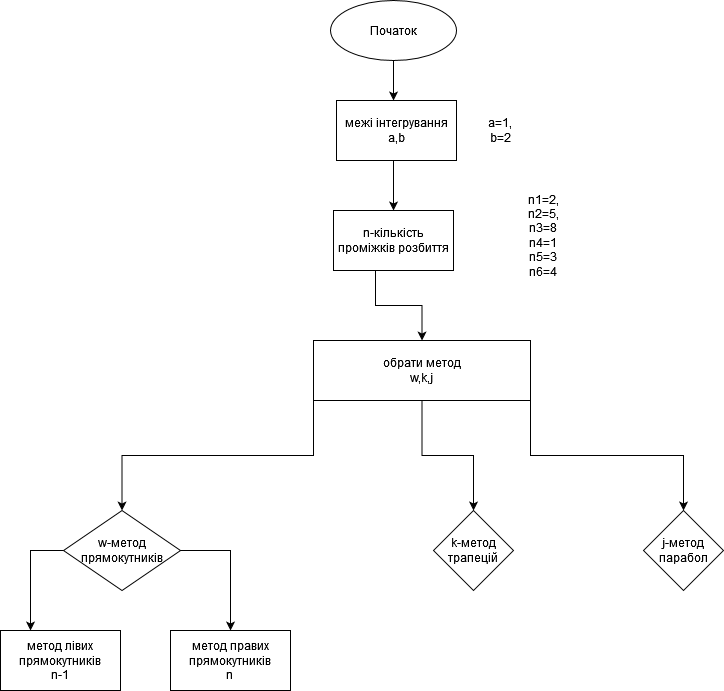
Above: Untitled Diagram.drawio.png in VolodymyrLutskevych-PE-12/Lab_2_Volodymyr-Lutskevych_PE-12_-1- (draw.io), before the change. Source tidied: cells renumbered, new cells last; positions are measured from the earlier drawing's top-left corner, leaving out a move shared by most shapes.
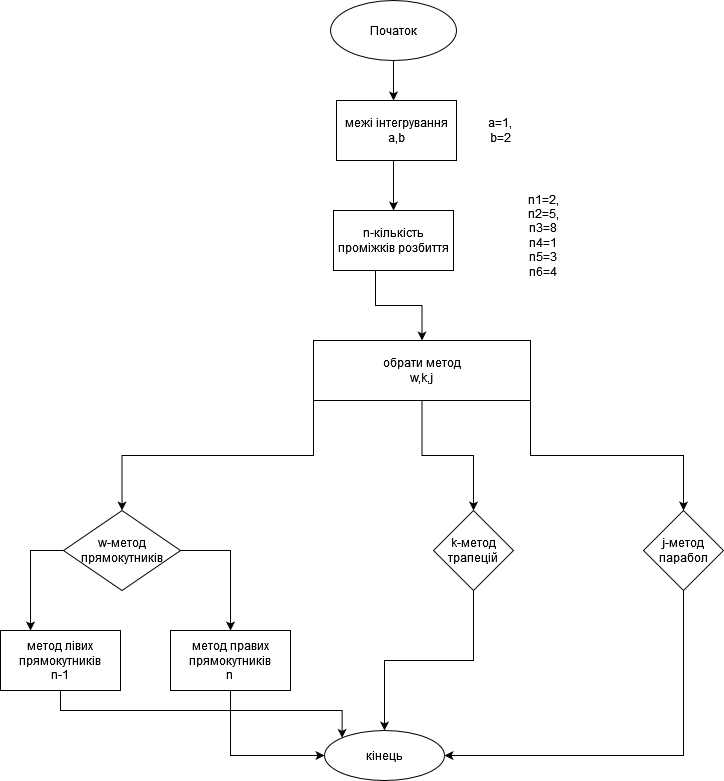
The same file after the commit.

What changed in the source:
```diff
@@ -30,15 +30,27 @@
     <mxCell id="8" value="w-метод прямокутників" style="rhombus;whiteSpace=wrap;html=1;" parent="1" vertex="1">
       <mxGeometry x="63" y="510" width="117" height="80" as="geometry" />
     </mxCell>
+    <mxCell id="21" style="edgeStyle=orthogonalEdgeStyle;rounded=0;jettySize=auto;html=1;exitX=0.5;exitY=1;exitDx=0;exitDy=0;" parent="1" edge="1" source="9" target="25">
+      <mxGeometry relative="1" as="geometry" />
+    </mxCell>
     <mxCell id="9" value="k-метод трапецій" style="rhombus;whiteSpace=wrap;html=1;" parent="1" vertex="1">
       <mxGeometry x="433" y="510" width="80" height="80" as="geometry" />
     </mxCell>
+    <mxCell id="22" style="edgeStyle=orthogonalEdgeStyle;rounded=0;jettySize=auto;html=1;exitX=0.5;exitY=1;exitDx=0;exitDy=0;entryX=1;entryY=0.5;entryDx=0;entryDy=0;" parent="1" edge="1" source="10" target="25">
+      <mxGeometry relative="1" as="geometry" />
+    </mxCell>
     <mxCell id="10" value="j-метод парабол" style="rhombus;whiteSpace=wrap;html=1;" parent="1" vertex="1">
       <mxGeometry x="643" y="510" width="80" height="80" as="geometry" />
     </mxCell>
+    <mxCell id="23" style="edgeStyle=orthogonalEdgeStyle;rounded=0;jettySize=auto;html=1;exitX=0.5;exitY=1;exitDx=0;exitDy=0;entryX=0;entryY=0;entryDx=0;entryDy=0;" parent="1" edge="1" source="11" target="25">
+      <mxGeometry relative="1" as="geometry" />
+    </mxCell>
     <mxCell id="11" value="&lt;div&gt;метод лівих прямокутників&lt;/div&gt;&lt;div&gt;n-1&lt;br&gt;&lt;/div&gt;" style="rounded=0;whiteSpace=wrap;html=1;" parent="1" vertex="1">
       <mxGeometry y="630" width="120" height="60" as="geometry" />
     </mxCell>
+    <mxCell id="24" style="edgeStyle=orthogonalEdgeStyle;rounded=0;jettySize=auto;html=1;exitX=0.5;exitY=1;exitDx=0;exitDy=0;entryX=0;entryY=0.5;entryDx=0;entryDy=0;" parent="1" edge="1" source="12" target="25">
+      <mxGeometry relative="1" as="geometry" />
+    </mxCell>
     <mxCell id="12" value="&lt;div&gt;метод правих прямокутників&lt;/div&gt;&lt;div&gt;n&lt;br&gt;&lt;/div&gt;" style="rounded=0;whiteSpace=wrap;html=1;" parent="1" vertex="1">
       <mxGeometry x="170" y="630" width="120" height="60" as="geometry" />
     </mxCell>
@@ -66,5 +78,8 @@
     <mxCell id="20" value="&lt;div&gt;n1=2, n2=5,&lt;/div&gt;&lt;div&gt;n3=8&lt;/div&gt;&lt;div&gt;n4=1&lt;/div&gt;&lt;div&gt;n5=3&lt;/div&gt;&lt;div&gt;n6=4&lt;br&gt;&lt;/div&gt;" style="text;html=1;strokeColor=none;fillColor=none;align=center;verticalAlign=middle;whiteSpace=wrap;rounded=0;" parent="1" vertex="1">
       <mxGeometry x="513" y="220" width="60" height="30" as="geometry" />
     </mxCell>
+    <mxCell id="25" value="кінець" style="ellipse;whiteSpace=wrap;html=1;" parent="1" vertex="1">
+      <mxGeometry x="324" y="730" width="120" height="50" as="geometry" />
+    </mxCell>
   </root>
 </mxGraphModel>
```
